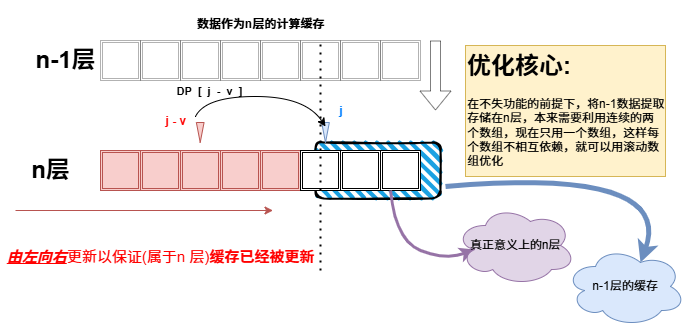
This is 算法/Resource/完全背包空间优化思路.drawio.png from AliceAuto/AliceAuto.github.io, a draw.io export, as it was before one commit. Source tidied: cells renumbered, new cells last; positions are measured from the earlier drawing's top-left corner, leaving out a move shared by most shapes.
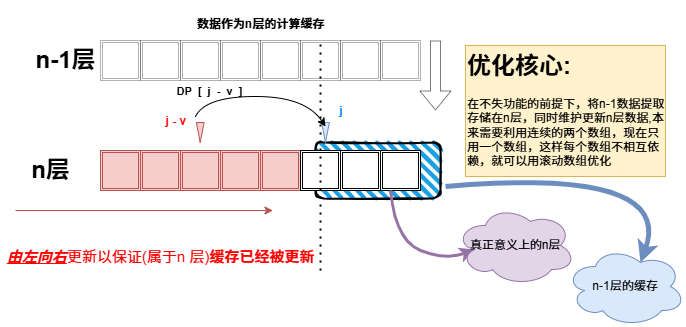
The same diagram one commit later.

Commit message:
更新完全背包空间优化思路.drawio.png

Change to the diagram source:
```diff
@@ -125,7 +125,7 @@
     <mxCell id="32" value="&lt;font style=&quot;color: rgb(255, 0, 0);&quot;&gt;&lt;b&gt;j - v&amp;nbsp;&lt;/b&gt;&lt;/font&gt;" style="text;html=1;align=center;verticalAlign=middle;whiteSpace=wrap;rounded=0;" parent="1" vertex="1">
       <mxGeometry x="135" y="106" width="85" height="30" as="geometry" />
     </mxCell>
-    <mxCell id="33" value="&lt;h1 style=&quot;margin-top: 0px;&quot;&gt;优化核心:&lt;/h1&gt;&lt;p&gt;在不失功能的前提下，将n-1数据提取存储在n层，本来需要利用连续的两个数组，现在只用一个数组，这样每个数组不相互依赖，就可以用滚动数组优化&lt;/p&gt;" style="text;html=1;whiteSpace=wrap;overflow=hidden;rounded=0;fillColor=#fff2cc;strokeColor=#d6b656;" parent="1" vertex="1">
+    <mxCell id="33" value="&lt;h1 style=&quot;margin-top: 0px;&quot;&gt;优化核心:&lt;/h1&gt;&lt;p&gt;在不失功能的前提下，将n-1数据提取存储在n层，同时维护更新n层数据,本来需要利用连续的两个数组，现在只用一个数组，这样每个数组不相互依赖，就可以用滚动数组优化&lt;/p&gt;" style="text;html=1;whiteSpace=wrap;overflow=hidden;rounded=0;fillColor=#fff2cc;strokeColor=#d6b656;" parent="1" vertex="1">
       <mxGeometry x="465" y="45" width="200" height="131" as="geometry" />
     </mxCell>
     <mxCell id="34" style="endArrow=classic;html=1;rounded=0;fillColor=#f8cecc;strokeColor=#b85450;" parent="1" edge="1">
```
